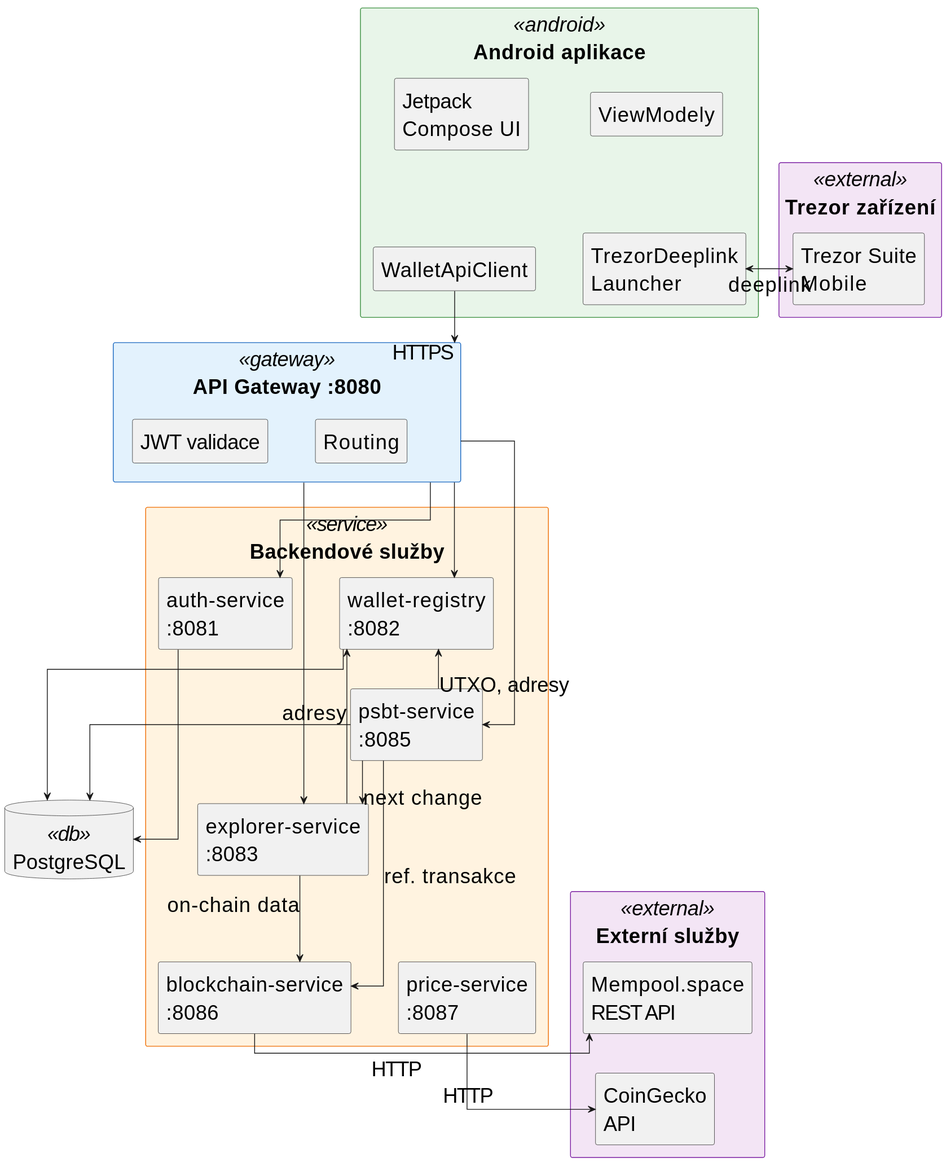
The PlantUML diagram DOCS/thesis/img/architektura.svg in Majny/bitcoin-multisig-wallet, before a commit. Its diagram source:
```plantuml
@startuml
skinparam backgroundColor white
skinparam componentStyle rectangle
skinparam defaultFontSize 26
skinparam shadowing false
skinparam linetype ortho
skinparam nodesep 60
skinparam ranksep 50

skinparam rectangle {
  BackgroundColor<<android>> #E8F5E9
  BorderColor<<android>> #388E3C
  BackgroundColor<<gateway>> #E3F2FD
  BorderColor<<gateway>> #1565C0
  BackgroundColor<<service>> #FFF3E0
  BorderColor<<service>> #EF6C00
  BackgroundColor<<external>> #F3E5F5
  BorderColor<<external>> #7B1FA2
  BackgroundColor<<db>> #ECEFF1
  BorderColor<<db>> #546E7A
}

rectangle "Android aplikace" <<android>> as android {
  rectangle "Jetpack\nCompose UI" as ui
  rectangle "ViewModely" as vm
  rectangle "WalletApiClient" as api_client
  rectangle "TrezorDeeplink\nLauncher" as trezor_launcher
  ui -[hidden]right- vm
  api_client -[hidden]right- trezor_launcher
  ui -[hidden]down- api_client
  vm -[hidden]down- trezor_launcher
}

rectangle "API Gateway :8080" <<gateway>> as gw {
  rectangle "JWT validace" as jwt
  rectangle "Routing" as routing
}

rectangle "Backendové služby" <<service>> as backend {
  rectangle "auth-service\n:8081" as auth
  rectangle "wallet-registry\n:8082" as registry
  rectangle "explorer-service\n:8083" as explorer
  rectangle "psbt-service\n:8085" as psbt
  rectangle "blockchain-service\n:8086" as blockchain
  rectangle "price-service\n:8087" as price
  auth -[hidden]right- registry
  explorer -[hidden]right- psbt
  blockchain -[hidden]right- price
  auth -[hidden]down- explorer
  explorer -[hidden]down- blockchain
  registry -[hidden]down- psbt
  psbt -[hidden]down- price
}

rectangle "Externí služby" <<external>> as ext {
  rectangle "Mempool.space\nREST API" as mempool
  rectangle "CoinGecko\nAPI" as coingecko
  mempool -[hidden]down- coingecko
}

rectangle "Trezor zařízení" <<external>> as ext_trezor {
  rectangle "Trezor Suite\nMobile" as trezor
}

database "PostgreSQL" <<db>> as db

api_client -down-> gw : HTTPS
trezor_launcher <-right-> trezor : deeplink

gw -down-> auth
gw -down-> registry
gw -down-> explorer
gw -down-> psbt

explorer --> registry : adresy
explorer --> blockchain : on-chain data
psbt --> registry : UTXO, adresy
psbt --> blockchain : ref. transakce
psbt --> explorer : next change

blockchain -right-> mempool : HTTP
price -right-> coingecko : HTTP

auth -down-> db
registry -down-> db
psbt -down-> db
@enduml
```
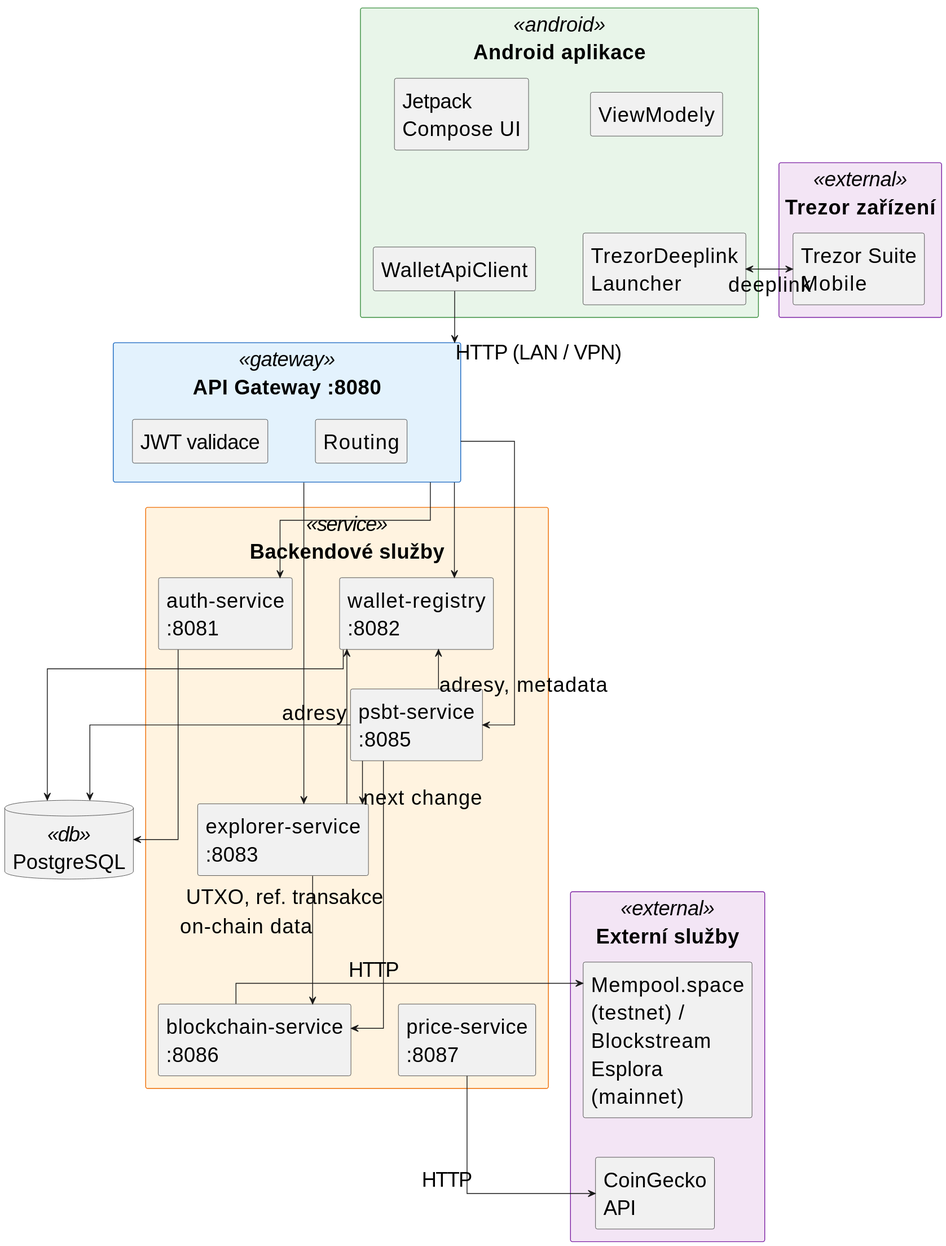
Later version of the same file.

Diff of the diagram source:
```diff
@@ -53,7 +53,7 @@
 }
 
 rectangle "Externí služby" <<external>> as ext {
-  rectangle "Mempool.space\nREST API" as mempool
+  rectangle "Mempool.space\n(testnet) /\nBlockstream\nEsplora\n(mainnet)" as mempool
   rectangle "CoinGecko\nAPI" as coingecko
   mempool -[hidden]down- coingecko
 }
@@ -64,7 +64,7 @@
 
 database "PostgreSQL" <<db>> as db
 
-api_client -down-> gw : HTTPS
+api_client -down-> gw : HTTP (LAN / VPN)
 trezor_launcher <-right-> trezor : deeplink
 
 gw -down-> auth
@@ -74,8 +74,8 @@
 
 explorer --> registry : adresy
 explorer --> blockchain : on-chain data
-psbt --> registry : UTXO, adresy
-psbt --> blockchain : ref. transakce
+psbt --> registry : adresy, metadata
+psbt --> blockchain : UTXO, ref. transakce
 psbt --> explorer : next change
 
 blockchain -right-> mempool : HTTP
```
